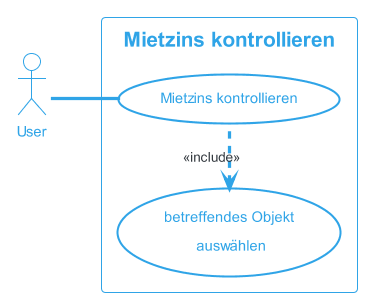
This is docs/content/diagrams/out/usecase/mietzinsKontrollieren/MietzinsKontrollieren.png from sirtheta/ImmoGlobal_Semesterarbeit, a PlantUML export, as it was before one commit.
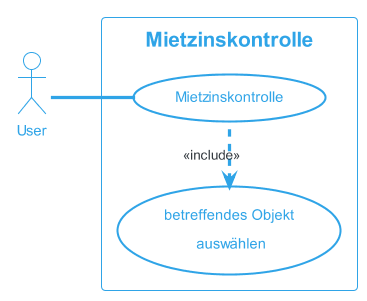
Later version of the same file.

Diff of the diagram source:
```diff
@@ -3,8 +3,8 @@
 
 left to right direction
 actor "User" as fc
-rectangle "Mietzins kontrollieren" {
-  usecase "Mietzins kontrollieren" as UC1
+rectangle "Mietzinskontrolle" {
+  usecase "Mietzinskontrolle" as UC1
   usecase "betreffendes Objekt\n auswählen"as inc1
 
 }
```
